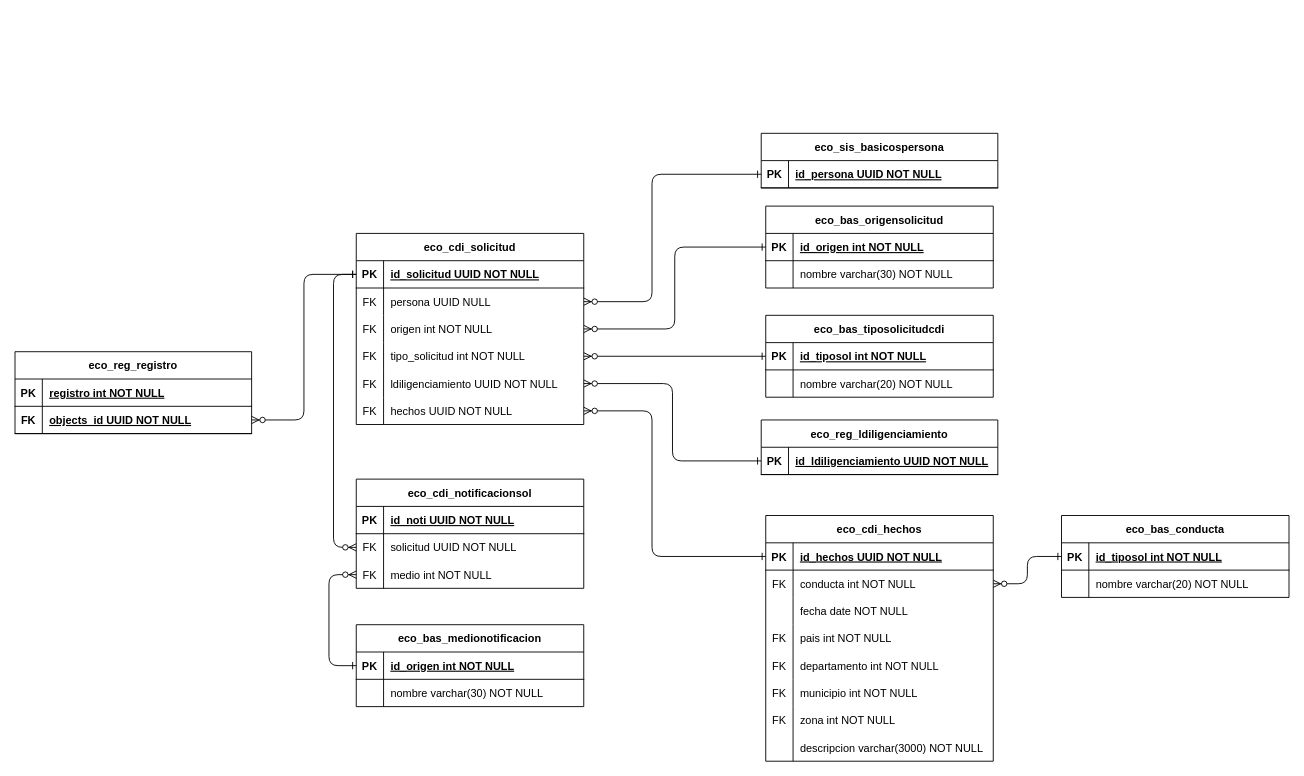
The draw.io diagram SER/CDI.drawio in HanaPinilla/Diagramas-DB, before the edit. Source tidied: cells renumbered, new cells numbered last; positions are measured from the earlier drawing's top-left corner, leaving out a move shared by most shapes. Both pictures are drawn from the tidied source at 91%, with x=0, y=0 at pixel (15, 133).
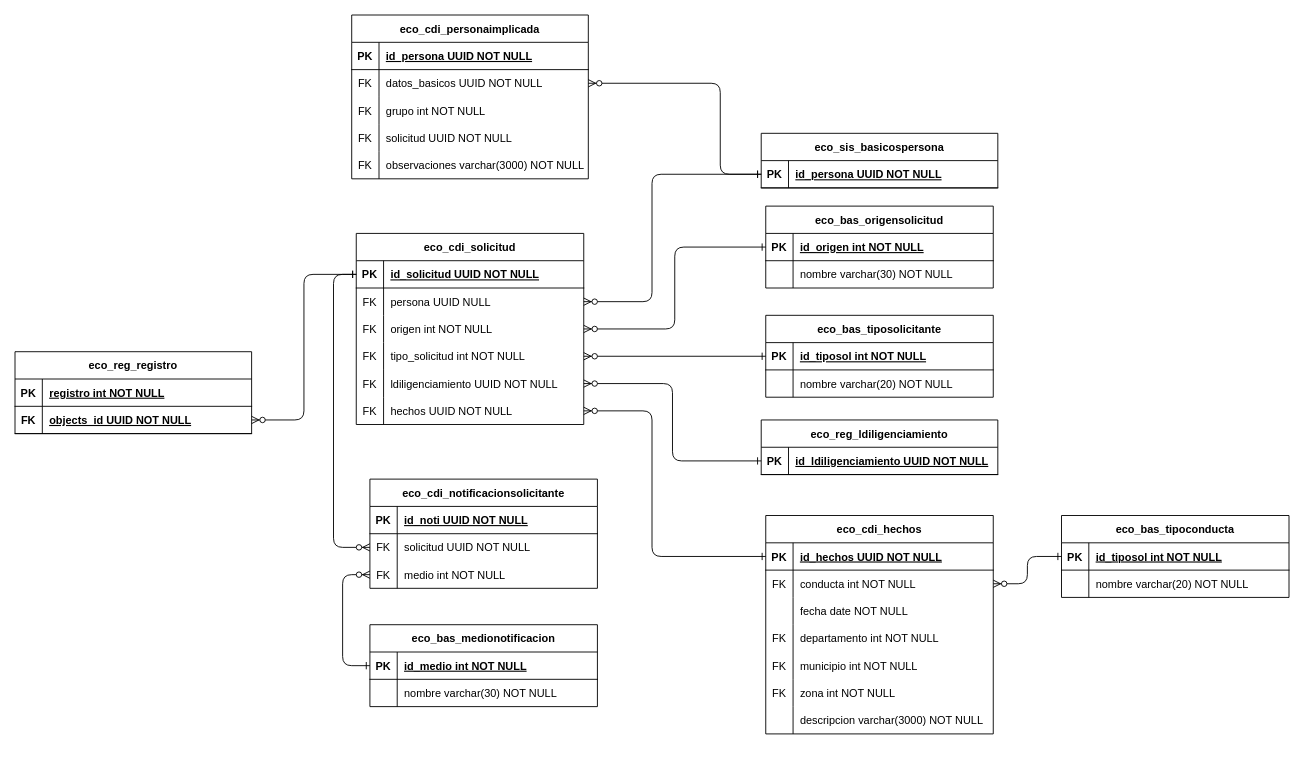
After the change.

Unchanged cells that the change refers to:
```xml
<mxCell id="40" style="shape=partialRectangle;fillColor=none;points=[[0,0.5],[1,0.5]];portConstraint=eastwest;top=0;left=0;right=0;bottom=1;" parent="39" vertex="1">
  <mxGeometry y="30" width="250" height="30" as="geometry" />
</mxCell>
<mxCell id="54" style="shape=partialRectangle;fillColor=none;points=[[0,0.5],[1,0.5]];portConstraint=eastwest;top=0;left=0;right=0;bottom=1;" parent="53" vertex="1">
  <mxGeometry y="30" width="260" height="30" as="geometry" />
</mxCell>
<mxCell id="103" style="shape=partialRectangle;fillColor=none;points=[[0,0.5],[1,0.5]];portConstraint=eastwest;top=0;left=0;right=0;bottom=0;" parent="96" vertex="1">
  <mxGeometry y="90" width="250" height="30" as="geometry" />
</mxCell>
```

The edit, as a diff of the source:
```diff
@@
     <mxCell id="9" value="eco_cdi_hechos" style="shape=table;startSize=30;childLayout=tableLayout;rowLines=0;fontStyle=1;align=center;" parent="1" vertex="1">
-      <mxGeometry x="825" y="420" width="250" height="270" as="geometry" />
+      <mxGeometry x="825" y="420" width="250" height="240" as="geometry" />
     </mxCell>
@@
-    <mxCell id="19" style="shape=partialRectangle;fillColor=none;top=0;left=0;right=0;bottom=0;" parent="9" vertex="1">
-      <mxGeometry y="120" width="250" height="30" as="geometry" />
-    </mxCell>
-    <mxCell id="20" value="FK" style="shape=partialRectangle;overflow=hidden;fillColor=none;top=0;left=0;bottom=0;right=0;" parent="19" vertex="1">
-      <mxGeometry width="30" height="30" as="geometry" />
-    </mxCell>
-    <mxCell id="21" value="pais int NOT NULL" style="shape=partialRectangle;overflow=hidden;fillColor=none;top=0;left=0;bottom=0;right=0;align=left;spacingLeft=6;" parent="19" vertex="1">
-      <mxGeometry x="30" width="220" height="30" as="geometry" />
-    </mxCell>
     <mxCell id="22" style="shape=partialRectangle;fillColor=none;top=0;left=0;right=0;bottom=0;" parent="9" vertex="1">
-      <mxGeometry y="150" width="250" height="30" as="geometry" />
+      <mxGeometry y="120" width="250" height="30" as="geometry" />
     </mxCell>
@@
     <mxCell id="25" style="shape=partialRectangle;fillColor=none;top=0;left=0;right=0;bottom=0;" parent="9" vertex="1">
-      <mxGeometry y="180" width="250" height="30" as="geometry" />
+      <mxGeometry y="150" width="250" height="30" as="geometry" />
     </mxCell>
@@
     <mxCell id="28" style="shape=partialRectangle;fillColor=none;top=0;left=0;right=0;bottom=0;" parent="9" vertex="1">
-      <mxGeometry y="210" width="250" height="30" as="geometry" />
+      <mxGeometry y="180" width="250" height="30" as="geometry" />
     </mxCell>
@@
     <mxCell id="31" style="shape=partialRectangle;fillColor=none;top=0;left=0;right=0;bottom=0;" parent="9" vertex="1">
-      <mxGeometry y="240" width="250" height="30" as="geometry" />
+      <mxGeometry y="210" width="250" height="30" as="geometry" />
     </mxCell>
@@
     <mxCell id="39" value="eco_bas_medionotificacion" style="shape=table;startSize=30;childLayout=tableLayout;rowLines=0;fontStyle=1;align=center;" parent="1" vertex="1">
-      <mxGeometry x="375" y="540" width="250" height="90" as="geometry" />
+      <mxGeometry x="390" y="540" width="250" height="90" as="geometry" />
     </mxCell>
@@
-    <mxCell id="42" value="id_origen int NOT NULL " style="shape=partialRectangle;overflow=hidden;fillColor=none;top=0;left=0;bottom=0;right=0;align=left;spacingLeft=6;fontStyle=5;" parent="40" vertex="1">
+    <mxCell id="42" value="id_medio int NOT NULL " style="shape=partialRectangle;overflow=hidden;fillColor=none;top=0;left=0;bottom=0;right=0;align=left;spacingLeft=6;fontStyle=5;" parent="40" vertex="1">
       <mxGeometry x="30" width="220" height="30" as="geometry" />
     </mxCell>
@@
-    <mxCell id="46" value="eco_bas_tiposolicitudcdi" style="shape=table;startSize=30;childLayout=tableLayout;rowLines=0;fontStyle=1;align=center;" parent="1" vertex="1">
+    <mxCell id="46" value="eco_bas_tiposolicitante" style="shape=table;startSize=30;childLayout=tableLayout;rowLines=0;fontStyle=1;align=center;" parent="1" vertex="1">
       <mxGeometry x="825" y="200" width="250" height="90" as="geometry" />
     </mxCell>
@@
-    <mxCell id="87" value="eco_bas_conducta" style="shape=table;startSize=30;childLayout=tableLayout;rowLines=0;fontStyle=1;align=center;" parent="1" vertex="1">
+    <mxCell id="87" value="eco_bas_tipoconducta" style="shape=table;startSize=30;childLayout=tableLayout;rowLines=0;fontStyle=1;align=center;" parent="1" vertex="1">
       <mxGeometry x="1150" y="420" width="250" height="90" as="geometry" />
     </mxCell>
@@
-    <mxCell id="96" value="eco_cdi_notificacionsol" style="shape=table;startSize=30;childLayout=tableLayout;rowLines=0;fontStyle=1;align=center;" parent="1" vertex="1">
-      <mxGeometry x="375" y="380" width="250" height="120" as="geometry" />
+    <mxCell id="96" value="eco_cdi_notificacionsolicitante" style="shape=table;startSize=30;childLayout=tableLayout;rowLines=0;fontStyle=1;align=center;" parent="1" vertex="1">
+      <mxGeometry x="390" y="380" width="250" height="120" as="geometry" />
     </mxCell>
@@
     <mxCell id="106" style="edgeStyle=orthogonalEdgeStyle;endArrow=ERzeroToMany;startArrow=ERone;endFill=1;startFill=0;" parent="1" edge="1" source="40" target="103">
       <mxGeometry relative="1" as="geometry">
         <Array as="points">
-          <mxPoint x="345" y="585" />
-          <mxPoint x="345" y="485" />
+          <mxPoint x="360" y="585" />
+          <mxPoint x="360" y="485" />
         </Array>
       </mxGeometry>
     </mxCell>
@@
+    <mxCell id="108" value="eco_cdi_personaimplicada" style="shape=table;startSize=30;childLayout=tableLayout;rowLines=0;fontStyle=1;align=center;" parent="1" vertex="1">
+      <mxGeometry x="370" y="-130" width="260" height="180" as="geometry" />
+    </mxCell>
+    <mxCell id="109" style="shape=partialRectangle;fillColor=none;top=0;left=0;right=0;bottom=1;" parent="108" vertex="1">
+      <mxGeometry y="30" width="260" height="30" as="geometry" />
+    </mxCell>
+    <mxCell id="110" value="PK" style="shape=partialRectangle;overflow=hidden;fillColor=none;top=0;left=0;bottom=0;right=0;fontStyle=1;" parent="109" vertex="1">
+      <mxGeometry width="30" height="30" as="geometry" />
+    </mxCell>
+    <mxCell id="111" value="id_persona UUID NOT NULL " style="shape=partialRectangle;overflow=hidden;fillColor=none;top=0;left=0;bottom=0;right=0;align=left;spacingLeft=6;fontStyle=5;" parent="109" vertex="1">
+      <mxGeometry x="30" width="230" height="30" as="geometry" />
+    </mxCell>
+    <mxCell id="112" style="shape=partialRectangle;fillColor=none;points=[[0,0.5],[1,0.5]];portConstraint=eastwest;top=0;left=0;right=0;bottom=0;" parent="108" vertex="1">
+      <mxGeometry y="60" width="260" height="30" as="geometry" />
+    </mxCell>
+    <mxCell id="113" value="FK" style="shape=partialRectangle;overflow=hidden;fillColor=none;top=0;left=0;bottom=0;right=0;" parent="112" vertex="1">
+      <mxGeometry width="30" height="30" as="geometry" />
+    </mxCell>
+    <mxCell id="114" value="datos_basicos UUID NOT NULL" style="shape=partialRectangle;overflow=hidden;fillColor=none;top=0;left=0;bottom=0;right=0;align=left;spacingLeft=6;" parent="112" vertex="1">
+      <mxGeometry x="30" width="230" height="30" as="geometry" />
+    </mxCell>
+    <mxCell id="115" style="shape=partialRectangle;fillColor=none;top=0;left=0;right=0;bottom=0;" parent="108" vertex="1">
+      <mxGeometry y="90" width="260" height="30" as="geometry" />
+    </mxCell>
+    <mxCell id="116" value="FK" style="shape=partialRectangle;overflow=hidden;fillColor=none;top=0;left=0;bottom=0;right=0;" parent="115" vertex="1">
+      <mxGeometry width="30" height="30" as="geometry" />
+    </mxCell>
+    <mxCell id="117" value="grupo int NOT NULL" style="shape=partialRectangle;overflow=hidden;fillColor=none;top=0;left=0;bottom=0;right=0;align=left;spacingLeft=6;" parent="115" vertex="1">
+      <mxGeometry x="30" width="230" height="30" as="geometry" />
+    </mxCell>
+    <mxCell id="118" style="shape=partialRectangle;fillColor=none;top=0;left=0;right=0;bottom=0;" parent="108" vertex="1">
+      <mxGeometry y="120" width="260" height="30" as="geometry" />
+    </mxCell>
+    <mxCell id="119" value="FK" style="shape=partialRectangle;overflow=hidden;fillColor=none;top=0;left=0;bottom=0;right=0;" parent="118" vertex="1">
+      <mxGeometry width="30" height="30" as="geometry" />
+    </mxCell>
+    <mxCell id="120" value="solicitud UUID NOT NULL" style="shape=partialRectangle;overflow=hidden;fillColor=none;top=0;left=0;bottom=0;right=0;align=left;spacingLeft=6;" parent="118" vertex="1">
+      <mxGeometry x="30" width="230" height="30" as="geometry" />
+    </mxCell>
+    <mxCell id="121" style="shape=partialRectangle;fillColor=none;top=0;left=0;right=0;bottom=0;" parent="108" vertex="1">
+      <mxGeometry y="150" width="260" height="30" as="geometry" />
+    </mxCell>
+    <mxCell id="122" value="FK" style="shape=partialRectangle;overflow=hidden;fillColor=none;top=0;left=0;bottom=0;right=0;" parent="121" vertex="1">
+      <mxGeometry width="30" height="30" as="geometry" />
+    </mxCell>
+    <mxCell id="123" value="observaciones varchar(3000) NOT NULL" style="shape=partialRectangle;overflow=hidden;fillColor=none;top=0;left=0;bottom=0;right=0;align=left;spacingLeft=6;" parent="121" vertex="1">
+      <mxGeometry x="30" width="230" height="30" as="geometry" />
+    </mxCell>
+    <mxCell id="124" style="edgeStyle=orthogonalEdgeStyle;endArrow=ERzeroToMany;startArrow=ERone;endFill=1;startFill=0;" parent="1" edge="1" source="54" target="112">
+      <mxGeometry relative="1" as="geometry">
+        <Array as="points">
+          <mxPoint x="775" y="45" />
+          <mxPoint x="775" y="-55" />
+        </Array>
+      </mxGeometry>
+    </mxCell>
```
